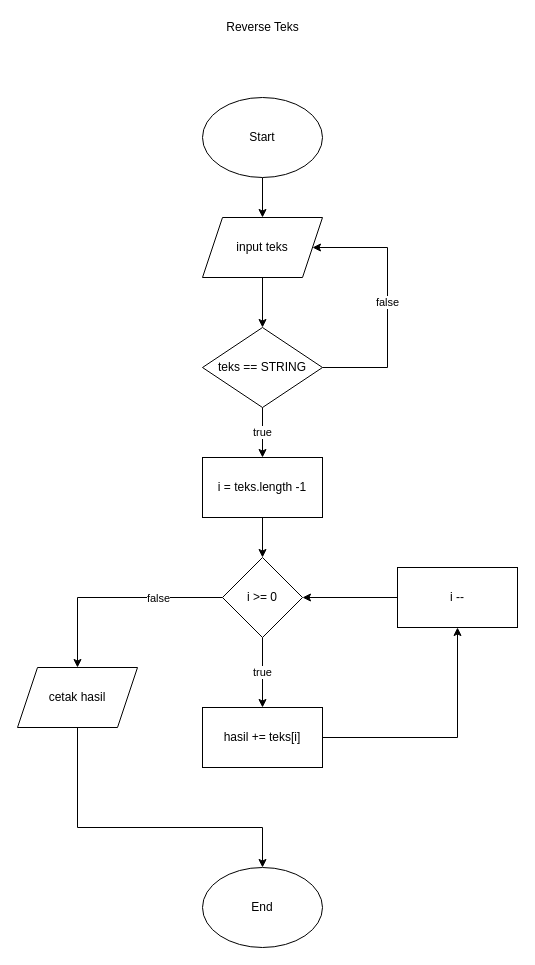
This is reverseJavascript.drawio from rintosaputro/fw5-algoritma, a draw.io file, before an edit. Source tidied: cells renumbered, new cells numbered last; positions are measured from the earlier drawing's top-left corner, leaving out a move shared by most shapes. Both pictures are drawn from the tidied source at 100%, with x=0, y=0 at pixel (17, 17).
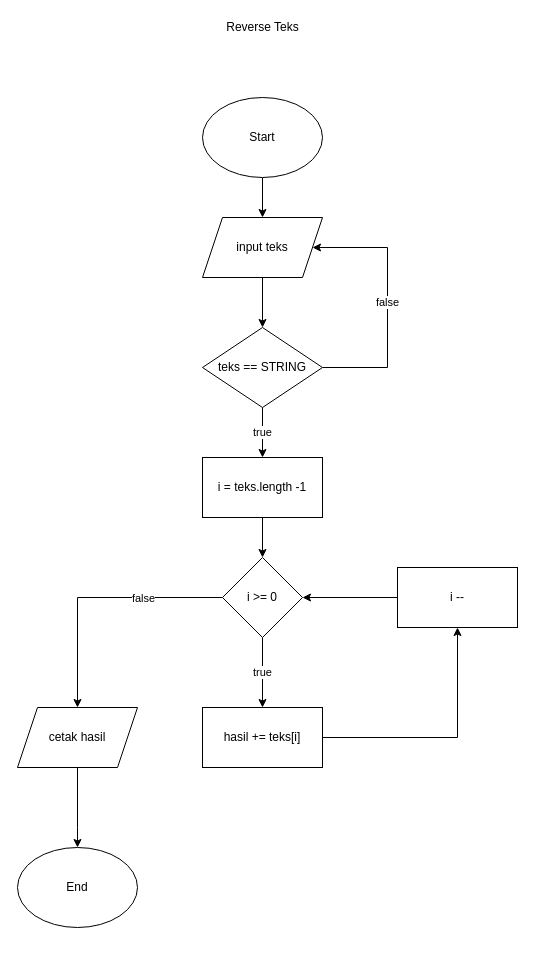
After the change.

Change to the diagram source:
```diff
@@
     <mxCell id="20" value="End" style="ellipse;whiteSpace=wrap;html=1;" parent="1" vertex="1">
-      <mxGeometry x="185" y="850" width="120" height="80" as="geometry" />
+      <mxGeometry y="830" width="120" height="80" as="geometry" />
     </mxCell>
-    <mxCell id="21" style="edgeStyle=orthogonalEdgeStyle;rounded=0;jettySize=auto;html=1;" parent="1" edge="1" source="22" target="20">
+    <mxCell id="21" style="edgeStyle=orthogonalEdgeStyle;rounded=0;jettySize=auto;html=1;entryX=0.5;entryY=0;entryDx=0;entryDy=0;" parent="1" edge="1" source="22" target="20">
       <mxGeometry relative="1" as="geometry">
         <Array as="points">
           <mxPoint x="60" y="810" />
-          <mxPoint x="245" y="810" />
+          <mxPoint x="60" y="810" />
         </Array>
       </mxGeometry>
     </mxCell>
     <mxCell id="22" value="cetak hasil" style="shape=parallelogram;perimeter=parallelogramPerimeter;whiteSpace=wrap;html=1;fixedSize=1;" parent="1" vertex="1">
-      <mxGeometry y="650" width="120" height="60" as="geometry" />
+      <mxGeometry y="690" width="120" height="60" as="geometry" />
     </mxCell>
```
